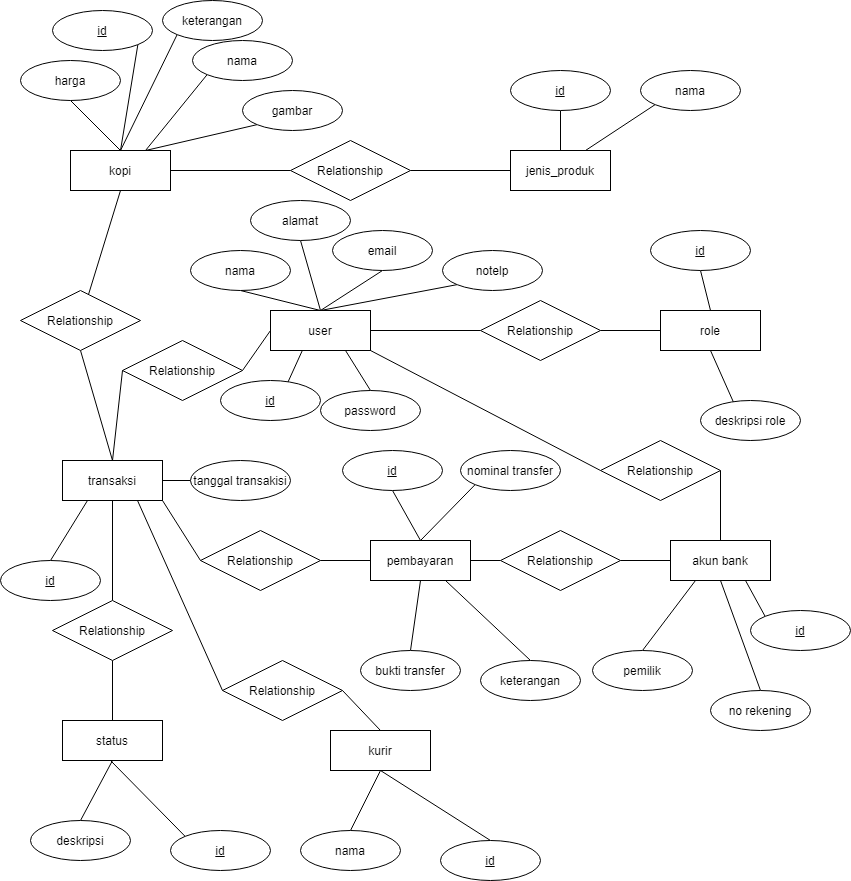
This is Diagram erd.png from AdityaManggala/07224_TA_Ngopee, a draw.io export, as it was before one commit. Source tidied: cells renumbered, new cells last; positions are measured from the earlier drawing's top-left corner, leaving out a move shared by most shapes.
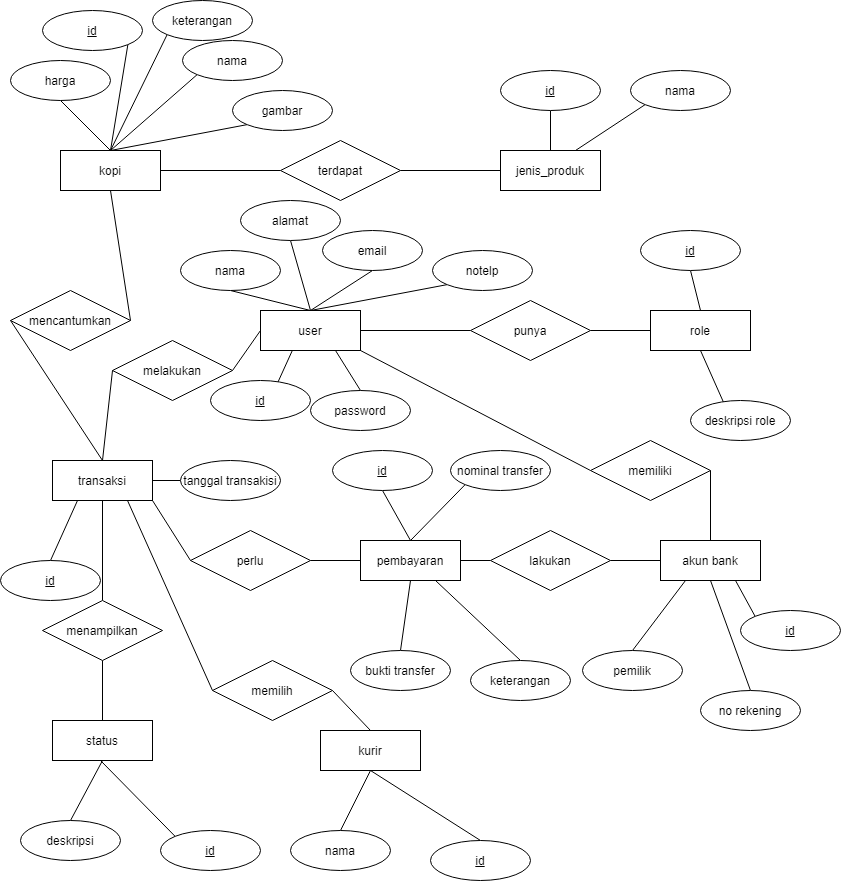
After the commit.

The edit, as a diff of the source:
```diff
@@ -53,7 +53,7 @@
     <mxCell id="18" value="jenis_produk" style="whiteSpace=wrap;html=1;align=center;" parent="1" vertex="1">
       <mxGeometry x="510" y="150" width="100" height="40" as="geometry" />
     </mxCell>
-    <mxCell id="19" style="edgeStyle=none;rounded=0;jettySize=auto;html=1;exitX=0.5;exitY=1;exitDx=0;exitDy=0;endArrow=none;endFill=0;" parent="1" edge="1" source="20" target="91">
+    <mxCell id="19" style="edgeStyle=none;rounded=0;jettySize=auto;html=1;exitX=0.5;exitY=1;exitDx=0;exitDy=0;endArrow=none;endFill=0;entryX=1;entryY=0.5;entryDx=0;entryDy=0;" parent="1" edge="1" source="20" target="91">
       <mxGeometry relative="1" as="geometry" />
     </mxCell>
     <mxCell id="20" value="kopi" style="whiteSpace=wrap;html=1;align=center;" parent="1" vertex="1">
@@ -110,7 +110,7 @@
     <mxCell id="37" value="id" style="ellipse;whiteSpace=wrap;html=1;align=center;fontStyle=4;" parent="1" vertex="1">
       <mxGeometry x="52" y="10" width="100" height="40" as="geometry" />
     </mxCell>
-    <mxCell id="38" style="edgeStyle=none;rounded=0;jettySize=auto;html=1;exitX=0;exitY=1;exitDx=0;exitDy=0;entryX=0.75;entryY=0;entryDx=0;entryDy=0;endArrow=none;endFill=0;" parent="1" edge="1" source="39" target="20">
+    <mxCell id="38" style="edgeStyle=none;rounded=0;jettySize=auto;html=1;exitX=0;exitY=1;exitDx=0;exitDy=0;entryX=0.5;entryY=0;entryDx=0;entryDy=0;endArrow=none;endFill=0;" parent="1" edge="1" source="39" target="20">
       <mxGeometry relative="1" as="geometry" />
     </mxCell>
     <mxCell id="39" value="nama" style="ellipse;whiteSpace=wrap;html=1;align=center;" parent="1" vertex="1">
@@ -122,7 +122,7 @@
     <mxCell id="41" value="harga" style="ellipse;whiteSpace=wrap;html=1;align=center;" parent="1" vertex="1">
       <mxGeometry x="20" y="60" width="100" height="40" as="geometry" />
     </mxCell>
-    <mxCell id="42" style="edgeStyle=none;rounded=0;jettySize=auto;html=1;exitX=0;exitY=1;exitDx=0;exitDy=0;entryX=0.75;entryY=0;entryDx=0;entryDy=0;endArrow=none;endFill=0;" parent="1" edge="1" source="43" target="20">
+    <mxCell id="42" style="edgeStyle=none;rounded=0;jettySize=auto;html=1;exitX=0;exitY=1;exitDx=0;exitDy=0;entryX=0.5;entryY=0;entryDx=0;entryDy=0;endArrow=none;endFill=0;" parent="1" edge="1" source="43" target="20">
       <mxGeometry relative="1" as="geometry" />
     </mxCell>
     <mxCell id="43" value="gambar" style="ellipse;whiteSpace=wrap;html=1;align=center;" parent="1" vertex="1">
@@ -138,7 +138,7 @@
       <mxGeometry relative="1" as="geometry" />
     </mxCell>
     <mxCell id="47" value="id" style="ellipse;whiteSpace=wrap;html=1;align=center;fontStyle=4;" parent="1" vertex="1">
-      <mxGeometry y="560" width="100" height="40" as="geometry" />
+      <mxGeometry x="10" y="560" width="100" height="40" as="geometry" />
     </mxCell>
     <mxCell id="48" style="edgeStyle=none;rounded=0;jettySize=auto;html=1;exitX=0;exitY=0.5;exitDx=0;exitDy=0;entryX=1;entryY=0.5;entryDx=0;entryDy=0;endArrow=none;endFill=0;" parent="1" edge="1" source="49" target="15">
       <mxGeometry relative="1" as="geometry" />
@@ -229,55 +229,55 @@
     <mxCell id="76" style="edgeStyle=none;rounded=0;jettySize=auto;html=1;exitX=1;exitY=0.5;exitDx=0;exitDy=0;entryX=0;entryY=0.5;entryDx=0;entryDy=0;endArrow=none;endFill=0;" parent="1" edge="1" source="77" target="27">
       <mxGeometry relative="1" as="geometry" />
     </mxCell>
-    <mxCell id="77" value="Relationship" style="shape=rhombus;perimeter=rhombusPerimeter;whiteSpace=wrap;html=1;align=center;" parent="1" vertex="1">
+    <mxCell id="77" value="punya" style="shape=rhombus;perimeter=rhombusPerimeter;whiteSpace=wrap;html=1;align=center;" parent="1" vertex="1">
       <mxGeometry x="480" y="300" width="120" height="60" as="geometry" />
     </mxCell>
     <mxCell id="78" style="edgeStyle=none;rounded=0;jettySize=auto;html=1;exitX=0;exitY=0.5;exitDx=0;exitDy=0;entryX=1;entryY=0.5;entryDx=0;entryDy=0;endArrow=none;endFill=0;" parent="1" edge="1" source="79" target="20">
       <mxGeometry relative="1" as="geometry" />
     </mxCell>
-    <mxCell id="79" value="Relationship" style="shape=rhombus;perimeter=rhombusPerimeter;whiteSpace=wrap;html=1;align=center;" parent="1" vertex="1">
+    <mxCell id="79" value="terdapat" style="shape=rhombus;perimeter=rhombusPerimeter;whiteSpace=wrap;html=1;align=center;" parent="1" vertex="1">
       <mxGeometry x="290" y="140" width="120" height="60" as="geometry" />
     </mxCell>
     <mxCell id="80" style="edgeStyle=none;rounded=0;jettySize=auto;html=1;exitX=0.5;exitY=1;exitDx=0;exitDy=0;entryX=0.5;entryY=0;entryDx=0;entryDy=0;endArrow=none;endFill=0;" parent="1" edge="1" source="81" target="24">
       <mxGeometry relative="1" as="geometry" />
     </mxCell>
-    <mxCell id="81" value="Relationship" style="shape=rhombus;perimeter=rhombusPerimeter;whiteSpace=wrap;html=1;align=center;" parent="1" vertex="1">
+    <mxCell id="81" value="menampilkan" style="shape=rhombus;perimeter=rhombusPerimeter;whiteSpace=wrap;html=1;align=center;" parent="1" vertex="1">
       <mxGeometry x="52" y="600" width="120" height="60" as="geometry" />
     </mxCell>
     <mxCell id="82" style="edgeStyle=none;rounded=0;jettySize=auto;html=1;exitX=1;exitY=0.5;exitDx=0;exitDy=0;entryX=0;entryY=0.5;entryDx=0;entryDy=0;endArrow=none;endFill=0;" parent="1" edge="1" source="83" target="55">
       <mxGeometry relative="1" as="geometry" />
     </mxCell>
-    <mxCell id="83" value="Relationship" style="shape=rhombus;perimeter=rhombusPerimeter;whiteSpace=wrap;html=1;align=center;" parent="1" vertex="1">
+    <mxCell id="83" value="perlu" style="shape=rhombus;perimeter=rhombusPerimeter;whiteSpace=wrap;html=1;align=center;" parent="1" vertex="1">
       <mxGeometry x="200" y="530" width="120" height="60" as="geometry" />
     </mxCell>
     <mxCell id="84" style="edgeStyle=none;rounded=0;jettySize=auto;html=1;exitX=1;exitY=0.5;exitDx=0;exitDy=0;entryX=0;entryY=0.5;entryDx=0;entryDy=0;endArrow=none;endFill=0;" parent="1" edge="1" source="85" target="16">
       <mxGeometry relative="1" as="geometry" />
     </mxCell>
-    <mxCell id="85" value="Relationship" style="shape=rhombus;perimeter=rhombusPerimeter;whiteSpace=wrap;html=1;align=center;" parent="1" vertex="1">
+    <mxCell id="85" value="lakukan" style="shape=rhombus;perimeter=rhombusPerimeter;whiteSpace=wrap;html=1;align=center;" parent="1" vertex="1">
       <mxGeometry x="500" y="530" width="120" height="60" as="geometry" />
     </mxCell>
     <mxCell id="86" style="edgeStyle=none;rounded=0;jettySize=auto;html=1;exitX=1;exitY=0.5;exitDx=0;exitDy=0;entryX=0.5;entryY=0;entryDx=0;entryDy=0;endArrow=none;endFill=0;" parent="1" edge="1" source="87" target="16">
       <mxGeometry relative="1" as="geometry" />
     </mxCell>
-    <mxCell id="87" value="Relationship" style="shape=rhombus;perimeter=rhombusPerimeter;whiteSpace=wrap;html=1;align=center;" parent="1" vertex="1">
+    <mxCell id="87" value="memiliki" style="shape=rhombus;perimeter=rhombusPerimeter;whiteSpace=wrap;html=1;align=center;" parent="1" vertex="1">
       <mxGeometry x="600" y="440" width="120" height="60" as="geometry" />
     </mxCell>
     <mxCell id="88" style="edgeStyle=none;rounded=0;jettySize=auto;html=1;exitX=1;exitY=0.5;exitDx=0;exitDy=0;entryX=0.5;entryY=0;entryDx=0;entryDy=0;endArrow=none;endFill=0;" parent="1" edge="1" source="89" target="23">
       <mxGeometry relative="1" as="geometry" />
     </mxCell>
-    <mxCell id="89" value="Relationship" style="shape=rhombus;perimeter=rhombusPerimeter;whiteSpace=wrap;html=1;align=center;" parent="1" vertex="1">
+    <mxCell id="89" value="memilih" style="shape=rhombus;perimeter=rhombusPerimeter;whiteSpace=wrap;html=1;align=center;" parent="1" vertex="1">
       <mxGeometry x="222" y="660" width="120" height="60" as="geometry" />
     </mxCell>
-    <mxCell id="90" style="edgeStyle=none;rounded=0;jettySize=auto;html=1;exitX=0.5;exitY=1;exitDx=0;exitDy=0;entryX=0.5;entryY=0;entryDx=0;entryDy=0;endArrow=none;endFill=0;" parent="1" edge="1" source="91" target="15">
+    <mxCell id="90" style="edgeStyle=none;rounded=0;jettySize=auto;html=1;exitX=0;exitY=0.5;exitDx=0;exitDy=0;entryX=0.5;entryY=0;entryDx=0;entryDy=0;endArrow=none;endFill=0;" parent="1" edge="1" source="91" target="15">
       <mxGeometry relative="1" as="geometry" />
     </mxCell>
-    <mxCell id="91" value="Relationship" style="shape=rhombus;perimeter=rhombusPerimeter;whiteSpace=wrap;html=1;align=center;" parent="1" vertex="1">
+    <mxCell id="91" value="mencantumkan" style="shape=rhombus;perimeter=rhombusPerimeter;whiteSpace=wrap;html=1;align=center;" parent="1" vertex="1">
       <mxGeometry x="20" y="290" width="120" height="60" as="geometry" />
     </mxCell>
     <mxCell id="92" style="edgeStyle=none;rounded=0;jettySize=auto;html=1;exitX=0;exitY=0.5;exitDx=0;exitDy=0;entryX=0.5;entryY=0;entryDx=0;entryDy=0;endArrow=none;endFill=0;" parent="1" edge="1" source="93" target="15">
       <mxGeometry relative="1" as="geometry" />
     </mxCell>
-    <mxCell id="93" value="Relationship" style="shape=rhombus;perimeter=rhombusPerimeter;whiteSpace=wrap;html=1;align=center;" parent="1" vertex="1">
+    <mxCell id="93" value="melakukan" style="shape=rhombus;perimeter=rhombusPerimeter;whiteSpace=wrap;html=1;align=center;" parent="1" vertex="1">
       <mxGeometry x="122" y="340" width="120" height="60" as="geometry" />
     </mxCell>
   </root>
```
